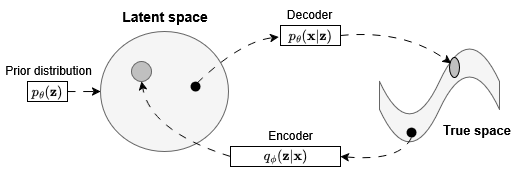
Before: assets/VAE-ELBO.png, a diagram exported from draw.io (phuthiennguyen-hub/CNN-pVAE-). Source tidied: cells renumbered, new cells last; positions are measured from the earlier drawing's top-left corner, leaving out a move shared by most shapes.
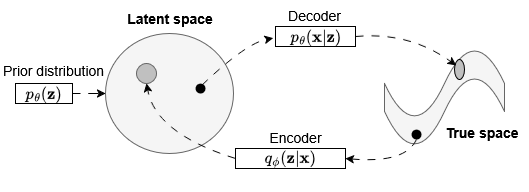
Later version of the same file.

Change to the diagram source:
```diff
@@ -24,14 +24,14 @@
     <mxCell id="7" style="ellipse;whiteSpace=wrap;html=1;fillColor=light-dark(#000000, #1a1a1a);strokeColor=none;fontColor=#333333;" parent="1" vertex="1">
       <mxGeometry x="190" y="81" width="10" height="10" as="geometry" />
     </mxCell>
-    <mxCell id="8" value="&lt;div align=&quot;center&quot;&gt;Prior distribution&lt;/div&gt;" style="text;whiteSpace=wrap;html=1;align=center;" parent="1" vertex="1">
-      <mxGeometry y="56" width="96" height="19" as="geometry" />
+    <mxCell id="8" value="&lt;div align=&quot;center&quot;&gt;&lt;font style=&quot;font-size: 14px;&quot;&gt;Prior distribution&lt;/font&gt;&lt;/div&gt;" style="text;whiteSpace=wrap;html=1;align=center;" parent="1" vertex="1">
+      <mxGeometry x="-5" y="53" width="106" height="19" as="geometry" />
     </mxCell>
     <mxCell id="9" style="edgeStyle=orthogonalEdgeStyle;rounded=0;jettySize=auto;html=1;dashed=1;dashPattern=8 8;" parent="1" edge="1" source="10" target="2">
       <mxGeometry relative="1" as="geometry" />
     </mxCell>
-    <mxCell id="10" value="$$p_{\mathbf{\theta}}(\mathbf{z})$$" style="text;html=1;align=center;verticalAlign=middle;whiteSpace=wrap;rounded=0;strokeColor=default;" parent="1" vertex="1">
-      <mxGeometry x="27" y="81" width="40" height="20" as="geometry" />
+    <mxCell id="10" value="&lt;font style=&quot;font-size: 14px;&quot;&gt;$$p_{\mathbf{\theta}}(\mathbf{z})$$&lt;/font&gt;" style="text;html=1;align=center;verticalAlign=middle;whiteSpace=wrap;rounded=0;strokeColor=default;" parent="1" vertex="1">
+      <mxGeometry x="10" y="81" width="57" height="20" as="geometry" />
     </mxCell>
     <mxCell id="11" style="ellipse;whiteSpace=wrap;html=1;fillColor=light-dark(#c0c0c0, #1a1a1a);fontColor=#333333;strokeColor=#000000;" parent="1" vertex="1">
       <mxGeometry x="449" y="57" width="10" height="20" as="geometry" />
@@ -63,22 +63,22 @@
     <mxCell id="16" style="group;" parent="1" vertex="1">
       <mxGeometry x="230" y="121" width="110" height="45" as="geometry" />
     </mxCell>
-    <mxCell id="17" value="$$q_{\mathbf{\phi}}(\mathbf{z}|\mathbf{x})$$" style="text;html=1;align=center;verticalAlign=middle;whiteSpace=wrap;rounded=0;strokeColor=default;" parent="16" vertex="1">
+    <mxCell id="17" value="&lt;font style=&quot;font-size: 14px;&quot;&gt;$$q_{\mathbf{\phi}}(\mathbf{z}|\mathbf{x})$$&lt;/font&gt;" style="text;html=1;align=center;verticalAlign=middle;whiteSpace=wrap;rounded=0;strokeColor=default;" parent="16" vertex="1">
       <mxGeometry y="25" width="110" height="20" as="geometry" />
     </mxCell>
-    <mxCell id="18" value="&lt;div align=&quot;center&quot;&gt;Encoder&lt;/div&gt;" style="text;whiteSpace=wrap;html=1;align=center;" parent="16" vertex="1">
-      <mxGeometry x="34" width="52" height="19" as="geometry" />
+    <mxCell id="18" value="&lt;div align=&quot;center&quot;&gt;&lt;font style=&quot;font-size: 14px;&quot;&gt;Encoder&lt;/font&gt;&lt;/div&gt;" style="text;whiteSpace=wrap;html=1;align=center;" parent="16" vertex="1">
+      <mxGeometry x="34" y="-1" width="52" height="19" as="geometry" />
     </mxCell>
     <mxCell id="19" style="group;" parent="1" vertex="1">
-      <mxGeometry x="280" width="60" height="45" as="geometry" />
+      <mxGeometry x="280" y="-1" width="70" height="45" as="geometry" />
     </mxCell>
-    <mxCell id="20" value="$$p_{\mathbf{\theta}}(\mathbf{x}|\mathbf{z})$$" style="text;html=1;align=center;verticalAlign=middle;whiteSpace=wrap;rounded=0;strokeColor=default;" parent="19" vertex="1">
-      <mxGeometry y="25" width="60" height="20" as="geometry" />
+    <mxCell id="20" value="&lt;font style=&quot;font-size: 14px;&quot;&gt;$$p_{\mathbf{\theta}}(\mathbf{x}|\mathbf{z})$$&lt;/font&gt;" style="text;html=1;align=center;verticalAlign=middle;whiteSpace=wrap;rounded=0;strokeColor=default;" parent="19" vertex="1">
+      <mxGeometry x="-10" y="25" width="80" height="20" as="geometry" />
     </mxCell>
-    <mxCell id="21" value="&lt;div align=&quot;center&quot;&gt;Decoder&lt;/div&gt;" style="text;whiteSpace=wrap;html=1;align=center;" parent="19" vertex="1">
-      <mxGeometry x="3" width="52" height="19" as="geometry" />
+    <mxCell id="21" value="&lt;div align=&quot;center&quot;&gt;&lt;font style=&quot;font-size: 14px;&quot;&gt;Decoder&lt;/font&gt;&lt;/div&gt;" style="text;whiteSpace=wrap;html=1;align=center;" parent="19" vertex="1">
+      <mxGeometry x="3" y="-1" width="52" height="19" as="geometry" />
     </mxCell>
-    <mxCell id="22" value="&lt;font style=&quot;font-size: 13px;&quot;&gt;True space&lt;/font&gt;" style="text;whiteSpace=wrap;html=1;fontStyle=1;align=center;" parent="1" vertex="1">
+    <mxCell id="22" value="&lt;font style=&quot;font-size: 14px;&quot;&gt;True space&lt;/font&gt;" style="text;whiteSpace=wrap;html=1;fontStyle=1;align=center;" parent="1" vertex="1">
       <mxGeometry x="430" y="115" width="93.2" height="22" as="geometry" />
     </mxCell>
   </root>
```
